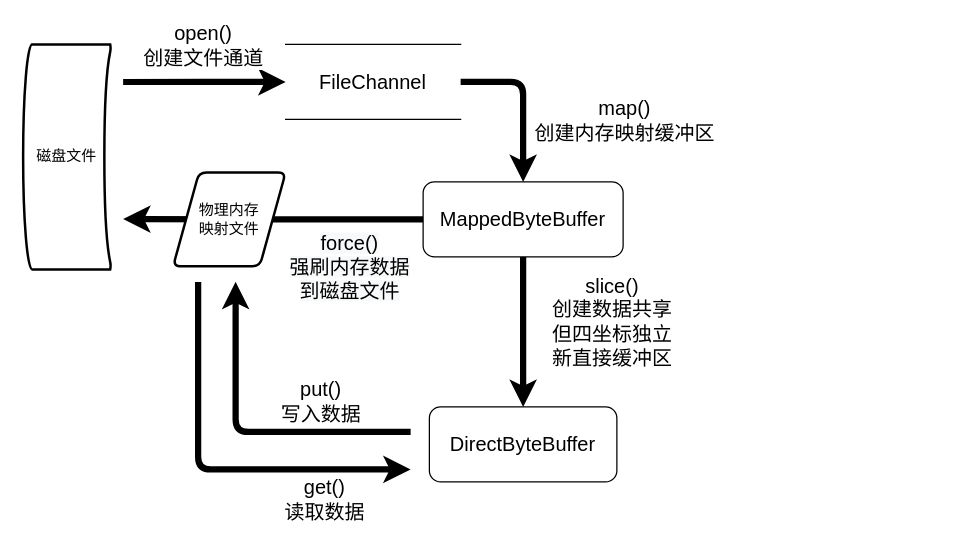
Before: nio_file.drawio in WesleyOne/mapper-file, a draw.io diagram. Source tidied: cells renumbered, new cells numbered last; positions are measured from the earlier drawing's top-left corner, leaving out a move shared by most shapes. Both pictures are drawn from the tidied source at 125%, with x=0, y=0 at pixel (22, 44).
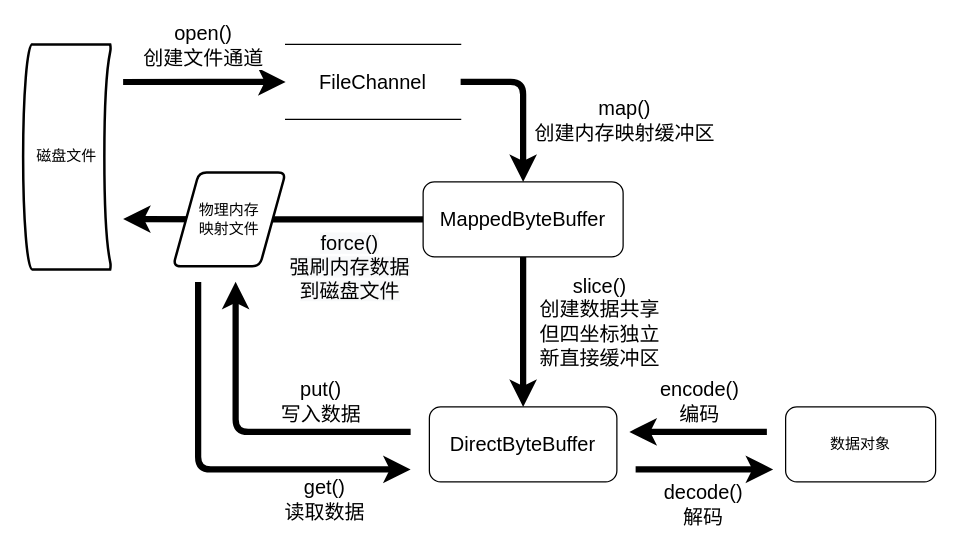
The same page after the edit.

Unchanged cells that the change refers to:
```xml
<mxCell id="5" style="edgeStyle=orthogonalEdgeStyle;rounded=0;jettySize=auto;html=1;strokeWidth=5;" parent="1" edge="1" source="9" target="14">
  <mxGeometry relative="1" as="geometry" />
</mxCell>
```

Change to the diagram source:
```diff
@@
     <mxCell id="6" value="&lt;font style=&quot;font-size: 16px&quot;&gt;slice()&lt;br&gt;创建数据共享&lt;br&gt;但四坐标独立&lt;br&gt;新直接缓冲区&lt;br&gt;&lt;/font&gt;" style="edgeLabel;html=1;align=center;verticalAlign=middle;" parent="5" vertex="1">
       <mxGeometry x="-0.15" y="3" relative="1" as="geometry">
-        <mxPoint x="67" as="offset" />
+        <mxPoint x="57" as="offset" />
       </mxGeometry>
     </mxCell>
@@
+    <mxCell id="19" value="数据对象" style="rounded=1;whiteSpace=wrap;html=1;" parent="1" vertex="1">
+      <mxGeometry x="610" y="290" width="120" height="60" as="geometry" />
+    </mxCell>
+    <mxCell id="20" style="endArrow=classic;html=1;strokeWidth=5;" parent="1" edge="1">
+      <mxGeometry relative="1" as="geometry">
+        <mxPoint x="595" y="310" as="sourcePoint" />
+        <mxPoint x="485" y="310" as="targetPoint" />
+      </mxGeometry>
+    </mxCell>
+    <mxCell id="21" value="&lt;font style=&quot;font-size: 16px&quot;&gt;encode()&lt;br&gt;编码&lt;/font&gt;" style="edgeLabel;html=1;align=center;verticalAlign=middle;" parent="20" vertex="1">
+      <mxGeometry x="-0.02" y="-1" relative="1" as="geometry">
+        <mxPoint x="-1" y="-24" as="offset" />
+      </mxGeometry>
+    </mxCell>
+    <mxCell id="22" style="endArrow=classic;html=1;strokeWidth=5;" parent="1" edge="1">
+      <mxGeometry relative="1" as="geometry">
+        <mxPoint x="490" y="340" as="sourcePoint" />
+        <mxPoint x="600" y="340" as="targetPoint" />
+      </mxGeometry>
+    </mxCell>
+    <mxCell id="23" value="&lt;font style=&quot;font-size: 16px&quot;&gt;decode()&lt;br&gt;解码&lt;/font&gt;" style="edgeLabel;html=1;align=center;verticalAlign=middle;" parent="1" vertex="1">
+      <mxGeometry x="540" y="360" as="geometry">
+        <mxPoint x="3" y="7" as="offset" />
+      </mxGeometry>
+    </mxCell>
```
